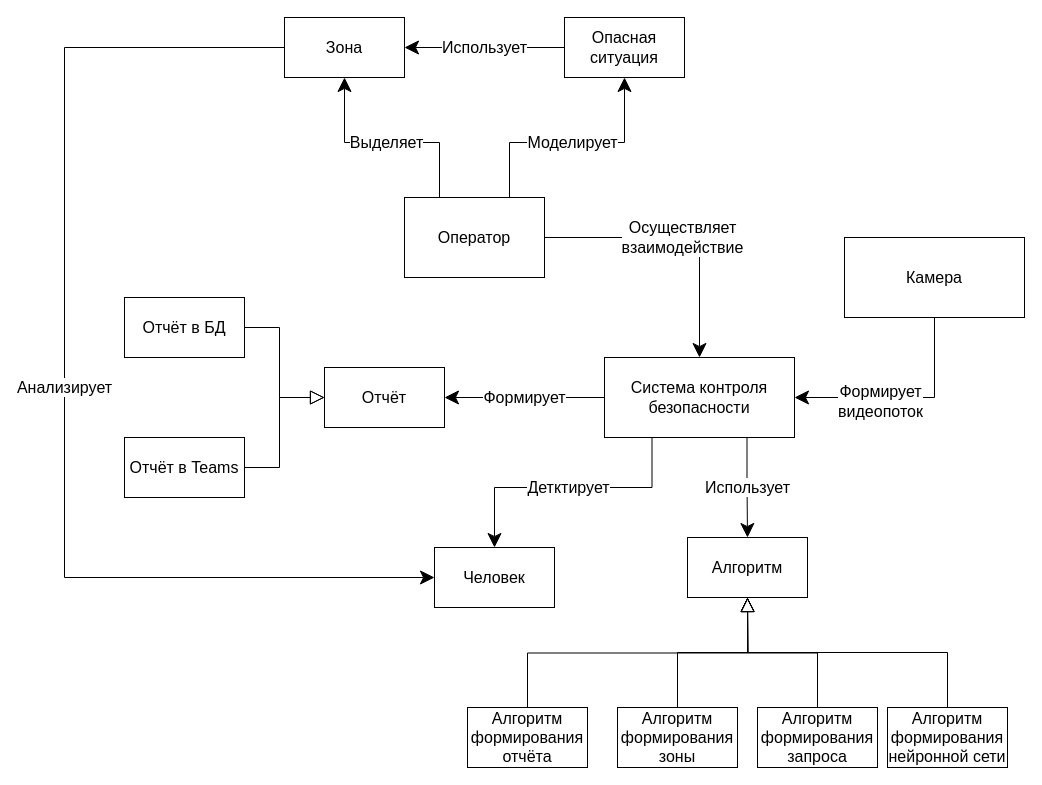
Before: page "Context" (3 of 8) of Engineering/Main-diagrams.drawio in GoldGreen/Skeletonization, a draw.io diagram. Source tidied: cells renumbered, new cells numbered last; positions are measured from the earlier drawing's top-left corner, leaving out a move shared by most shapes. Both pictures are drawn from the tidied source at 100%, with x=0, y=0 at pixel (64, 17).
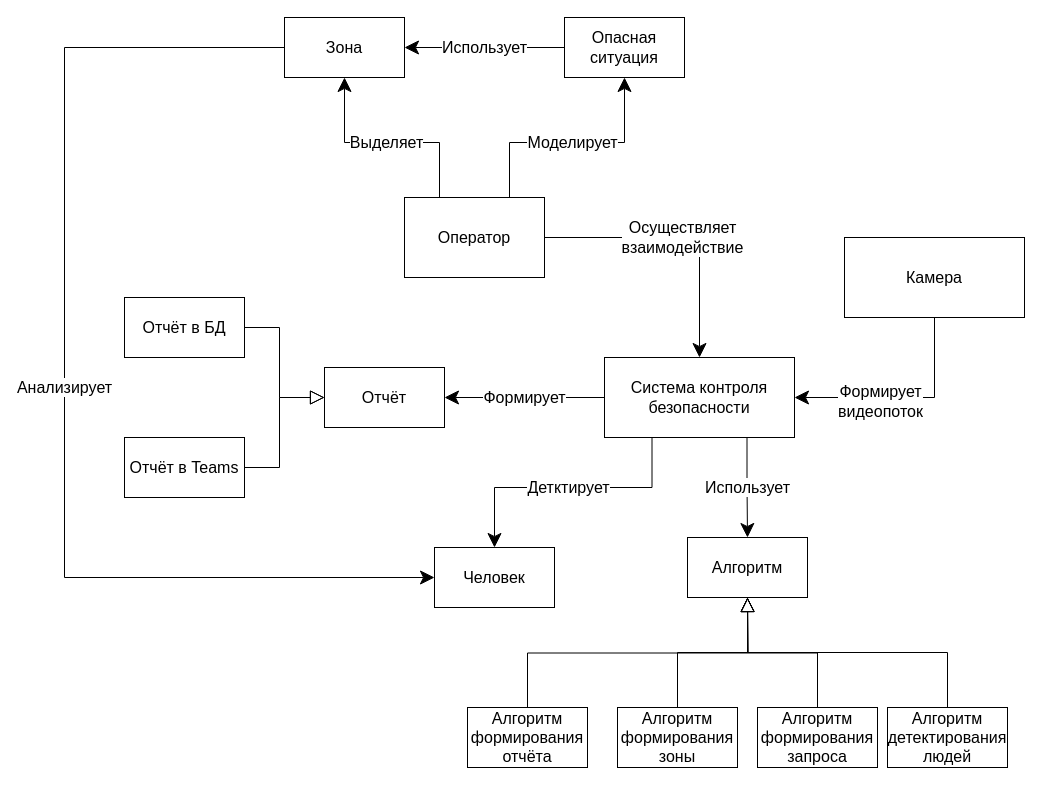
After the change.

What changed in the source:
```diff
@@
-    <mxCell id="28" value="Алгоритм формирования нейронной сети" style="rounded=0;whiteSpace=wrap;html=1;fontSize=16;" parent="1" vertex="1">
+    <mxCell id="28" value="Алгоритм детектирования людей" style="rounded=0;whiteSpace=wrap;html=1;fontSize=16;" parent="1" vertex="1">
       <mxGeometry x="823" y="690" width="120" height="60" as="geometry" />
     </mxCell>
```
